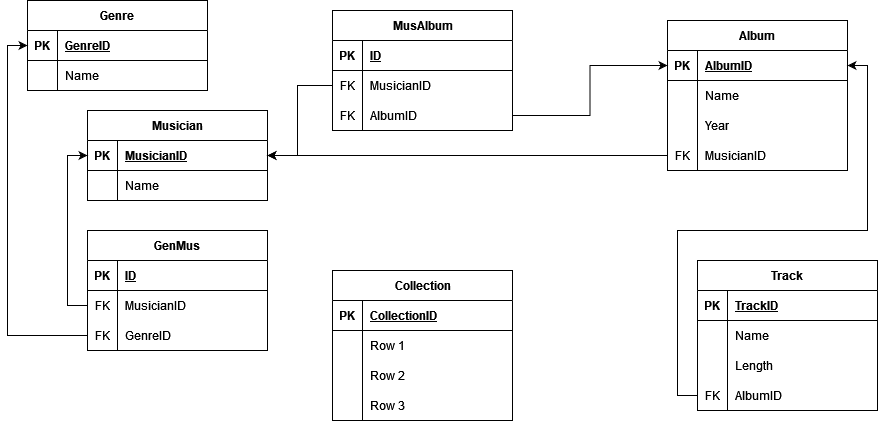
Garpusha/Database-HW keeps this draw.io diagram as DB_HW_1.png. Above is the earlier version. Source tidied: cells renumbered, new cells last; positions are measured from the earlier drawing's top-left corner, leaving out a move shared by most shapes.
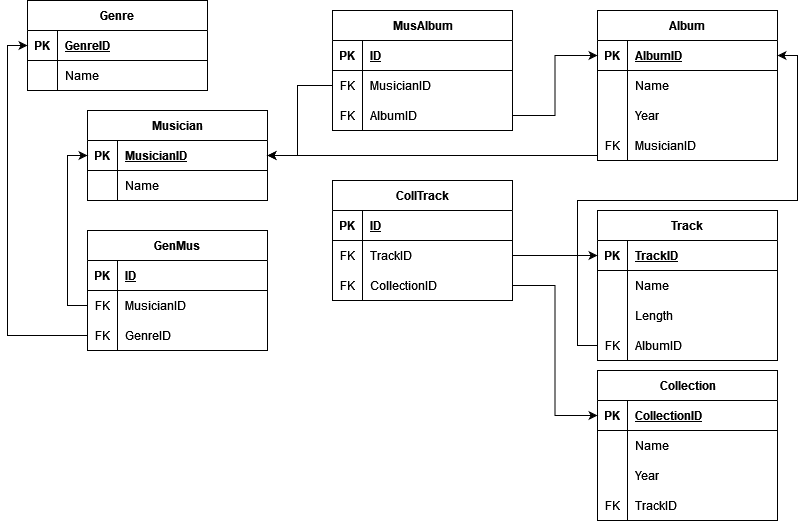
Above is the later version.

Diff of the diagram source:
```diff
@@ -45,7 +45,7 @@
       <mxGeometry x="30" width="150" height="30" as="geometry" />
     </mxCell>
     <mxCell id="16" value="Album" style="shape=table;startSize=30;rowLines=0;fontStyle=1;align=center;" parent="1" vertex="1">
-      <mxGeometry x="640" y="20" width="180" height="150" as="geometry" />
+      <mxGeometry x="570" y="10" width="180" height="150" as="geometry" />
     </mxCell>
     <mxCell id="17" style="shape=tableRow;horizontal=0;startSize=0;swimlaneHead=0;swimlaneBody=0;fillColor=none;points=[[0,0.5],[1,0.5]];portConstraint=eastwest;top=0;left=0;right=0;bottom=1;" parent="16" vertex="1">
       <mxGeometry y="30" width="180" height="30" as="geometry" />
@@ -84,7 +84,7 @@
       <mxGeometry x="30" width="150" height="30" as="geometry" />
     </mxCell>
     <mxCell id="29" value="Track" style="shape=table;startSize=30;rowLines=0;fontStyle=1;align=center;" parent="1" vertex="1">
-      <mxGeometry x="670" y="260" width="180" height="150" as="geometry" />
+      <mxGeometry x="570" y="210" width="180" height="150" as="geometry" />
     </mxCell>
     <mxCell id="30" style="shape=tableRow;horizontal=0;startSize=0;swimlaneHead=0;swimlaneBody=0;fillColor=none;points=[[0,0.5],[1,0.5]];portConstraint=eastwest;top=0;left=0;right=0;bottom=1;" parent="29" vertex="1">
       <mxGeometry y="30" width="180" height="30" as="geometry" />
@@ -153,11 +153,13 @@
       <mxGeometry x="30" width="150" height="30" as="geometry" />
     </mxCell>
     <mxCell id="52" style="edgeStyle=orthogonalEdgeStyle;rounded=0;jettySize=auto;html=1;entryX=1;entryY=0.5;entryDx=0;entryDy=0;" parent="1" edge="1" source="26" target="10">
-      <mxGeometry relative="1" as="geometry" />
+      <mxGeometry relative="1" as="geometry">
+        <Array as="points">
+          <mxPoint x="290" y="155" />
+          <mxPoint x="290" y="155" />
+        </Array>
+      </mxGeometry>
     </mxCell>
-    <mxCell id="53" style="edgeStyle=orthogonalEdgeStyle;rounded=0;jettySize=auto;html=1;" parent="1" edge="1" source="39" target="17">
-      <mxGeometry relative="1" as="geometry" />
-    </mxCell>
     <mxCell id="54" style="edgeStyle=orthogonalEdgeStyle;rounded=0;jettySize=auto;html=1;entryX=0;entryY=0.5;entryDx=0;entryDy=0;" parent="1" edge="1" source="49" target="3">
       <mxGeometry relative="1" as="geometry" />
     </mxCell>
@@ -206,7 +208,7 @@
       <mxGeometry relative="1" as="geometry" />
     </mxCell>
     <mxCell id="68" value="Collection" style="shape=table;startSize=30;rowLines=0;fontStyle=1;align=center;html=1;" parent="1" vertex="1">
-      <mxGeometry x="305" y="270" width="180" height="150" as="geometry" />
+      <mxGeometry x="570" y="370" width="180" height="150" as="geometry" />
     </mxCell>
     <mxCell id="69" style="shape=tableRow;horizontal=0;startSize=0;swimlaneHead=0;swimlaneBody=0;fillColor=none;points=[[0,0.5],[1,0.5]];portConstraint=eastwest;top=0;left=0;right=0;bottom=1;" parent="68" vertex="1">
       <mxGeometry y="30" width="180" height="30" as="geometry" />
@@ -223,7 +225,7 @@
     <mxCell id="73" style="shape=partialRectangle;fillColor=none;top=0;left=0;bottom=0;right=0;overflow=hidden;whiteSpace=wrap;html=1;" parent="72" vertex="1">
       <mxGeometry width="30" height="30" as="geometry" />
     </mxCell>
-    <mxCell id="74" value="Row 1" style="shape=partialRectangle;fillColor=none;top=0;left=0;bottom=0;right=0;align=left;spacingLeft=6;overflow=hidden;whiteSpace=wrap;html=1;" parent="72" vertex="1">
+    <mxCell id="74" value="Name" style="shape=partialRectangle;fillColor=none;top=0;left=0;bottom=0;right=0;align=left;spacingLeft=6;overflow=hidden;whiteSpace=wrap;html=1;" parent="72" vertex="1">
       <mxGeometry x="30" width="150" height="30" as="geometry" />
     </mxCell>
     <mxCell id="75" style="shape=tableRow;horizontal=0;startSize=0;swimlaneHead=0;swimlaneBody=0;fillColor=none;top=0;left=0;right=0;bottom=0;" parent="68" vertex="1">
@@ -232,17 +234,56 @@
     <mxCell id="76" style="shape=partialRectangle;fillColor=none;top=0;left=0;bottom=0;right=0;overflow=hidden;whiteSpace=wrap;html=1;" parent="75" vertex="1">
       <mxGeometry width="30" height="30" as="geometry" />
     </mxCell>
-    <mxCell id="77" value="Row 2" style="shape=partialRectangle;fillColor=none;top=0;left=0;bottom=0;right=0;align=left;spacingLeft=6;overflow=hidden;whiteSpace=wrap;html=1;" parent="75" vertex="1">
+    <mxCell id="77" value="Year" style="shape=partialRectangle;fillColor=none;top=0;left=0;bottom=0;right=0;align=left;spacingLeft=6;overflow=hidden;whiteSpace=wrap;html=1;" parent="75" vertex="1">
       <mxGeometry x="30" width="150" height="30" as="geometry" />
     </mxCell>
     <mxCell id="78" style="shape=tableRow;horizontal=0;startSize=0;swimlaneHead=0;swimlaneBody=0;fillColor=none;top=0;left=0;right=0;bottom=0;" parent="68" vertex="1">
       <mxGeometry y="120" width="180" height="30" as="geometry" />
     </mxCell>
-    <mxCell id="79" style="shape=partialRectangle;fillColor=none;top=0;left=0;bottom=0;right=0;overflow=hidden;whiteSpace=wrap;html=1;" parent="78" vertex="1">
+    <mxCell id="79" value="FK" style="shape=partialRectangle;fillColor=none;top=0;left=0;bottom=0;right=0;overflow=hidden;whiteSpace=wrap;html=1;" parent="78" vertex="1">
       <mxGeometry width="30" height="30" as="geometry" />
     </mxCell>
-    <mxCell id="80" value="Row 3" style="shape=partialRectangle;fillColor=none;top=0;left=0;bottom=0;right=0;align=left;spacingLeft=6;overflow=hidden;whiteSpace=wrap;html=1;" parent="78" vertex="1">
+    <mxCell id="80" value="TrackID" style="shape=partialRectangle;fillColor=none;top=0;left=0;bottom=0;right=0;align=left;spacingLeft=6;overflow=hidden;whiteSpace=wrap;html=1;" parent="78" vertex="1">
       <mxGeometry x="30" width="150" height="30" as="geometry" />
     </mxCell>
+    <mxCell id="81" value="CollTrack" style="shape=table;startSize=30;rowLines=0;fontStyle=1;align=center;html=1;" parent="1" vertex="1">
+      <mxGeometry x="305" y="180" width="180" height="120" as="geometry" />
+    </mxCell>
+    <mxCell id="82" style="shape=tableRow;horizontal=0;startSize=0;swimlaneHead=0;swimlaneBody=0;fillColor=none;top=0;left=0;right=0;bottom=1;" parent="81" vertex="1">
+      <mxGeometry y="30" width="180" height="30" as="geometry" />
+    </mxCell>
+    <mxCell id="83" value="PK" style="shape=partialRectangle;fillColor=none;top=0;left=0;bottom=0;right=0;fontStyle=1;overflow=hidden;whiteSpace=wrap;html=1;" parent="82" vertex="1">
+      <mxGeometry width="30" height="30" as="geometry" />
+    </mxCell>
+    <mxCell id="84" value="ID" style="shape=partialRectangle;fillColor=none;top=0;left=0;bottom=0;right=0;align=left;spacingLeft=6;fontStyle=5;overflow=hidden;whiteSpace=wrap;html=1;" parent="82" vertex="1">
+      <mxGeometry x="30" width="150" height="30" as="geometry" />
+    </mxCell>
+    <mxCell id="85" style="shape=tableRow;horizontal=0;startSize=0;swimlaneHead=0;swimlaneBody=0;fillColor=none;points=[[0,0.5],[1,0.5]];portConstraint=eastwest;top=0;left=0;right=0;bottom=0;" parent="81" vertex="1">
+      <mxGeometry y="60" width="180" height="30" as="geometry" />
+    </mxCell>
+    <mxCell id="86" value="FK" style="shape=partialRectangle;fillColor=none;top=0;left=0;bottom=0;right=0;overflow=hidden;whiteSpace=wrap;html=1;" parent="85" vertex="1">
+      <mxGeometry width="30" height="30" as="geometry" />
+    </mxCell>
+    <mxCell id="87" value="TrackID" style="shape=partialRectangle;fillColor=none;top=0;left=0;bottom=0;right=0;align=left;spacingLeft=6;overflow=hidden;whiteSpace=wrap;html=1;" parent="85" vertex="1">
+      <mxGeometry x="30" width="150" height="30" as="geometry" />
+    </mxCell>
+    <mxCell id="88" style="shape=tableRow;horizontal=0;startSize=0;swimlaneHead=0;swimlaneBody=0;fillColor=none;points=[[0,0.5],[1,0.5]];portConstraint=eastwest;top=0;left=0;right=0;bottom=0;" parent="81" vertex="1">
+      <mxGeometry y="90" width="180" height="30" as="geometry" />
+    </mxCell>
+    <mxCell id="89" value="FK" style="shape=partialRectangle;fillColor=none;top=0;left=0;bottom=0;right=0;overflow=hidden;whiteSpace=wrap;html=1;" parent="88" vertex="1">
+      <mxGeometry width="30" height="30" as="geometry" />
+    </mxCell>
+    <mxCell id="90" value="CollectionID" style="shape=partialRectangle;fillColor=none;top=0;left=0;bottom=0;right=0;align=left;spacingLeft=6;overflow=hidden;whiteSpace=wrap;html=1;" parent="88" vertex="1">
+      <mxGeometry x="30" width="150" height="30" as="geometry" />
+    </mxCell>
+    <mxCell id="53" style="edgeStyle=orthogonalEdgeStyle;rounded=0;jettySize=auto;html=1;" parent="1" edge="1" source="39" target="17">
+      <mxGeometry relative="1" as="geometry" />
+    </mxCell>
+    <mxCell id="91" style="edgeStyle=orthogonalEdgeStyle;rounded=0;jettySize=auto;html=1;" parent="1" edge="1" source="88" target="69">
+      <mxGeometry relative="1" as="geometry" />
+    </mxCell>
+    <mxCell id="92" style="edgeStyle=orthogonalEdgeStyle;rounded=0;jettySize=auto;html=1;entryX=0;entryY=0.5;entryDx=0;entryDy=0;" parent="1" edge="1" source="85" target="30">
+      <mxGeometry relative="1" as="geometry" />
+    </mxCell>
   </root>
 </mxGraphModel>
```
